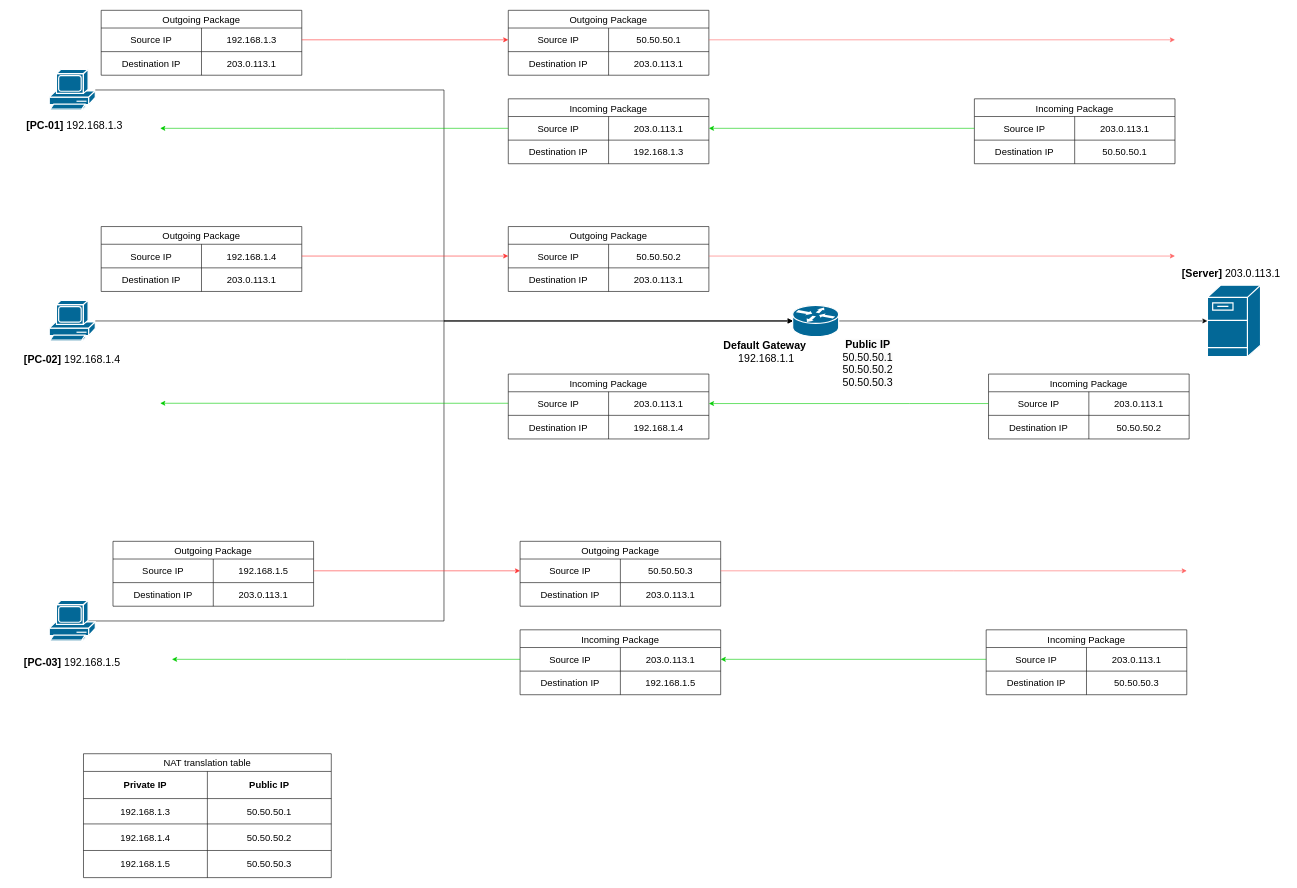
The draw.io diagram Computer Network/diagram/one-to-one-NAT.drawio in HaiTuyen/Knowlegde-Vault, before the edit. Source tidied: cells renumbered, new cells numbered last; positions are measured from the earlier drawing's top-left corner, leaving out a move shared by most shapes. Both pictures are drawn from the tidied source at 59%, with x=0, y=0 at pixel (10, 10).
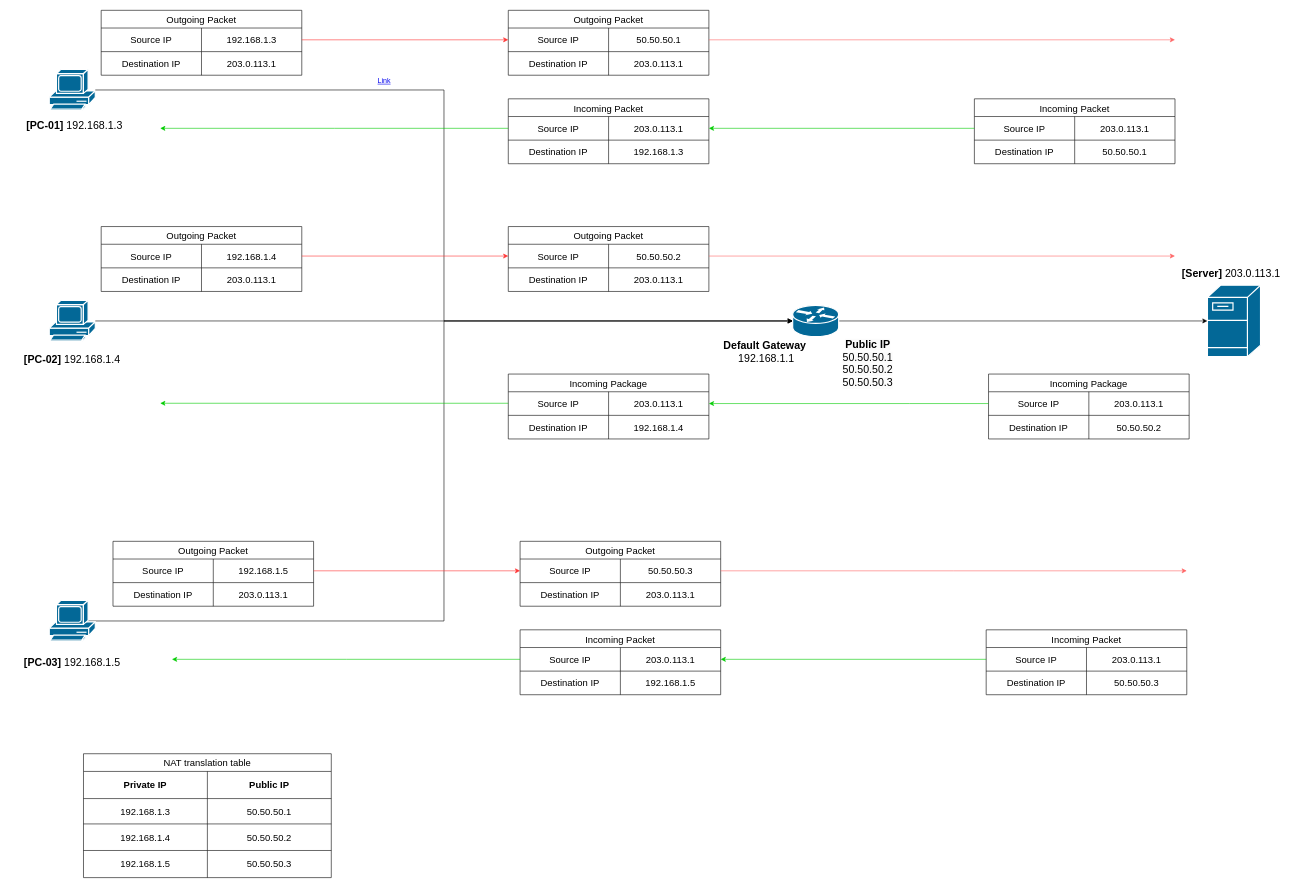
After the change.

What changed in the source:
```diff
@@
-    <mxCell id="23" value="Outgoing Package" style="shape=table;startSize=30;childLayout=tableLayout;strokeColor=default;fontSize=16;" parent="1" vertex="1">
+    <mxCell id="23" value="Outgoing Packet" style="shape=table;startSize=30;childLayout=tableLayout;strokeColor=default;fontSize=16;" parent="1" vertex="1">
       <mxGeometry x="154" width="340" height="110" as="geometry" />
     </mxCell>
@@
-    <mxCell id="34" value="Outgoing Package" style="shape=table;startSize=30;childLayout=tableLayout;strokeColor=default;fontSize=16;" parent="1" vertex="1">
+    <mxCell id="34" value="Outgoing Packet" style="shape=table;startSize=30;childLayout=tableLayout;strokeColor=default;fontSize=16;" parent="1" vertex="1">
       <mxGeometry x="844" width="340" height="110" as="geometry" />
     </mxCell>
@@
-    <mxCell id="45" value="Incoming Package" style="shape=table;startSize=30;childLayout=tableLayout;strokeColor=default;fontSize=16;" parent="1" vertex="1">
+    <mxCell id="45" value="Incoming Packet" style="shape=table;startSize=30;childLayout=tableLayout;strokeColor=default;fontSize=16;" parent="1" vertex="1">
       <mxGeometry x="1634" y="150" width="340" height="110" as="geometry" />
     </mxCell>
@@
-    <mxCell id="52" value="Incoming Package" style="shape=table;startSize=30;childLayout=tableLayout;strokeColor=default;fontSize=16;" parent="1" vertex="1">
+    <mxCell id="52" value="Incoming Packet" style="shape=table;startSize=30;childLayout=tableLayout;strokeColor=default;fontSize=16;" parent="1" vertex="1">
       <mxGeometry x="844" y="150" width="340" height="110" as="geometry" />
     </mxCell>
@@
-    <mxCell id="61" value="Outgoing Package" style="shape=table;startSize=30;childLayout=tableLayout;strokeColor=default;fontSize=16;" parent="1" vertex="1">
+    <mxCell id="61" value="Outgoing Packet" style="shape=table;startSize=30;childLayout=tableLayout;strokeColor=default;fontSize=16;" parent="1" vertex="1">
       <mxGeometry x="154" y="366.5" width="340" height="110" as="geometry" />
     </mxCell>
@@
-    <mxCell id="68" value="Outgoing Package" style="shape=table;startSize=30;childLayout=tableLayout;strokeColor=default;fontSize=16;" parent="1" vertex="1">
+    <mxCell id="68" value="Outgoing Packet" style="shape=table;startSize=30;childLayout=tableLayout;strokeColor=default;fontSize=16;" parent="1" vertex="1">
       <mxGeometry x="844" y="366.5" width="340" height="110" as="geometry" />
     </mxCell>
@@
-    <mxCell id="94" value="Outgoing Package" style="shape=table;startSize=30;childLayout=tableLayout;strokeColor=default;fontSize=16;" parent="1" vertex="1">
+    <mxCell id="94" value="Outgoing Packet" style="shape=table;startSize=30;childLayout=tableLayout;strokeColor=default;fontSize=16;" parent="1" vertex="1">
       <mxGeometry x="174" y="900" width="340" height="110" as="geometry" />
     </mxCell>
@@
-    <mxCell id="101" value="Outgoing Package" style="shape=table;startSize=30;childLayout=tableLayout;strokeColor=default;fontSize=16;" parent="1" vertex="1">
+    <mxCell id="101" value="Outgoing Packet" style="shape=table;startSize=30;childLayout=tableLayout;strokeColor=default;fontSize=16;" parent="1" vertex="1">
       <mxGeometry x="864" y="900" width="340" height="110" as="geometry" />
     </mxCell>
@@
-    <mxCell id="110" value="Incoming Package" style="shape=table;startSize=30;childLayout=tableLayout;strokeColor=default;fontSize=16;" parent="1" vertex="1">
+    <mxCell id="110" value="Incoming Packet" style="shape=table;startSize=30;childLayout=tableLayout;strokeColor=default;fontSize=16;" parent="1" vertex="1">
       <mxGeometry x="1654" y="1050" width="340" height="110" as="geometry" />
     </mxCell>
@@
-    <mxCell id="117" value="Incoming Package" style="shape=table;startSize=30;childLayout=tableLayout;strokeColor=default;fontSize=16;" parent="1" vertex="1">
+    <mxCell id="117" value="Incoming Packet" style="shape=table;startSize=30;childLayout=tableLayout;strokeColor=default;fontSize=16;" parent="1" vertex="1">
       <mxGeometry x="864" y="1050" width="340" height="110" as="geometry" />
     </mxCell>
@@
+    <mxCell id="126" value="Link" style="text;html=1;strokeColor=none;fillColor=none;whiteSpace=wrap;align=center;verticalAlign=middle;fontColor=#0000EE;fontStyle=4;" parent="1" vertex="1">
+      <mxGeometry x="604" y="100" width="60" height="40" as="geometry" />
+    </mxCell>
```
